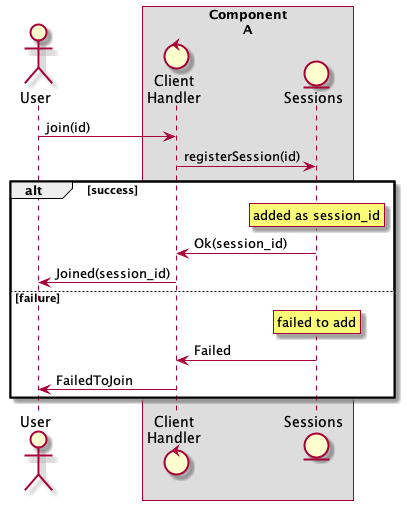
This is flowlets/example.png from midnightntwrk/midnight-architecture, a PlantUML export, as it was before one commit.
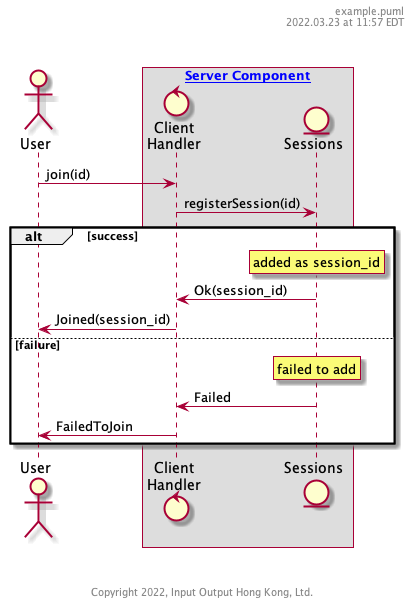
Later version of the same file.

Commit message:
header/footer/hlink

What changed in the source:
```diff
@@ -1,6 +1,9 @@
 @startuml
+
+header %filename()\n%date("yyyy.MM.dd' at 'HH:mm z")\n\n\n
+
 actor User as user
-box "Component\nA"
+box "[[http://plantuml.com{Optional tooltip} Server Component]]"
         control "Client\nHandler" as clientHandler
         entity Sessions as sessions
 end box
@@ -17,4 +20,6 @@
         clientHandler -> user : FailedToJoin
 end
 
+footer \n\n\nCopyright %date("yyyy"), Input Output Hong Kong, Ltd.
+
 @enduml
```
